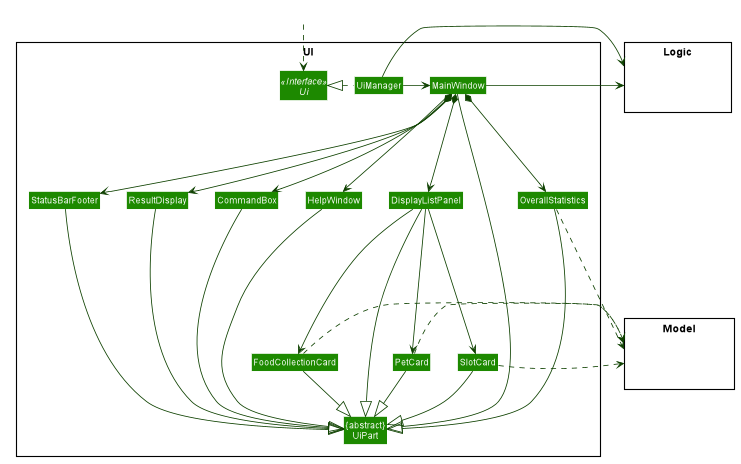
Earlier version of the PlantUML export images/UiClassDiagram.png (AY1920S2-CS2103-W15-4/main). The source it was exported from:
```plantuml
@startuml








skinparam BackgroundColor #FFFFFFF

skinparam Shadowing false

skinparam Class {
    FontColor #FFFFFF
    BorderThickness 1
    BorderColor #FFFFFF
    StereotypeFontColor #FFFFFF
    FontName Arial
}

skinparam Actor {
    BorderColor #000000
    Color #000000
    FontName Arial
}

skinparam Sequence {
    MessageAlign center
    BoxFontSize 15
    BoxPadding 0
    BoxFontColor #FFFFFF
    FontName Arial
}

skinparam Participant {
    FontColor #FFFFFFF
    Padding 20
}

skinparam MinClassWidth 50
skinparam ParticipantPadding 10
skinparam Shadowing false
skinparam DefaultTextAlignment center
skinparam packageStyle Rectangle

hide footbox
hide members
hide circle
skinparam arrowThickness 1.1
skinparam arrowColor #0E4100
skinparam classBackgroundColor #1D8900

package UI <<Rectangle>>{
Interface Ui <<Interface>>
Class "{abstract}\nUiPart" as UiPart
Class UiManager
Class MainWindow
Class HelpWindow
Class ResultDisplay
Class DisplayListPanel
Class PetCard
Class SlotCard
Class FoodCollectionCard
Class OverallStatistics
Class StatusBarFooter
Class CommandBox
}

package Model <<Rectangle>> {
Class HiddenModel #FFFFFF
}

package Logic <<Rectangle>> {
Class HiddenLogic #FFFFFF
}

Class HiddenOutside #FFFFFF
HiddenOutside ..> Ui

UiManager .left.|> Ui
UiManager -right-> MainWindow
MainWindow --> HelpWindow
MainWindow *-down--> CommandBox
MainWindow *-down--> ResultDisplay
MainWindow *-down--> DisplayListPanel
MainWindow *-down--> StatusBarFooter
MainWindow *-down--> OverallStatistics

DisplayListPanel -down---> PetCard
DisplayListPanel -down---> SlotCard
DisplayListPanel -down---> FoodCollectionCard

MainWindow --down--|> UiPart

ResultDisplay -----|> UiPart
CommandBox -----|> UiPart
DisplayListPanel -----|> UiPart
PetCard --|> UiPart
SlotCard --|> UiPart
FoodCollectionCard --|> UiPart
OverallStatistics -----|> UiPart
StatusBarFooter -----|> UiPart
HelpWindow --down--|> UiPart

PetCard .right.> Model
SlotCard .right.> Model
FoodCollectionCard .right.> Model
OverallStatistics .down.> Model
UiManager -right-> Logic
MainWindow -left-> Logic

DisplayListPanel -[hidden]left- HelpWindow
HelpWindow -[hidden]left- CommandBox
CommandBox -[hidden]left- ResultDisplay
ResultDisplay -[hidden]left- StatusBarFooter

MainWindow -[hidden]-|> UiPart
@enduml
```
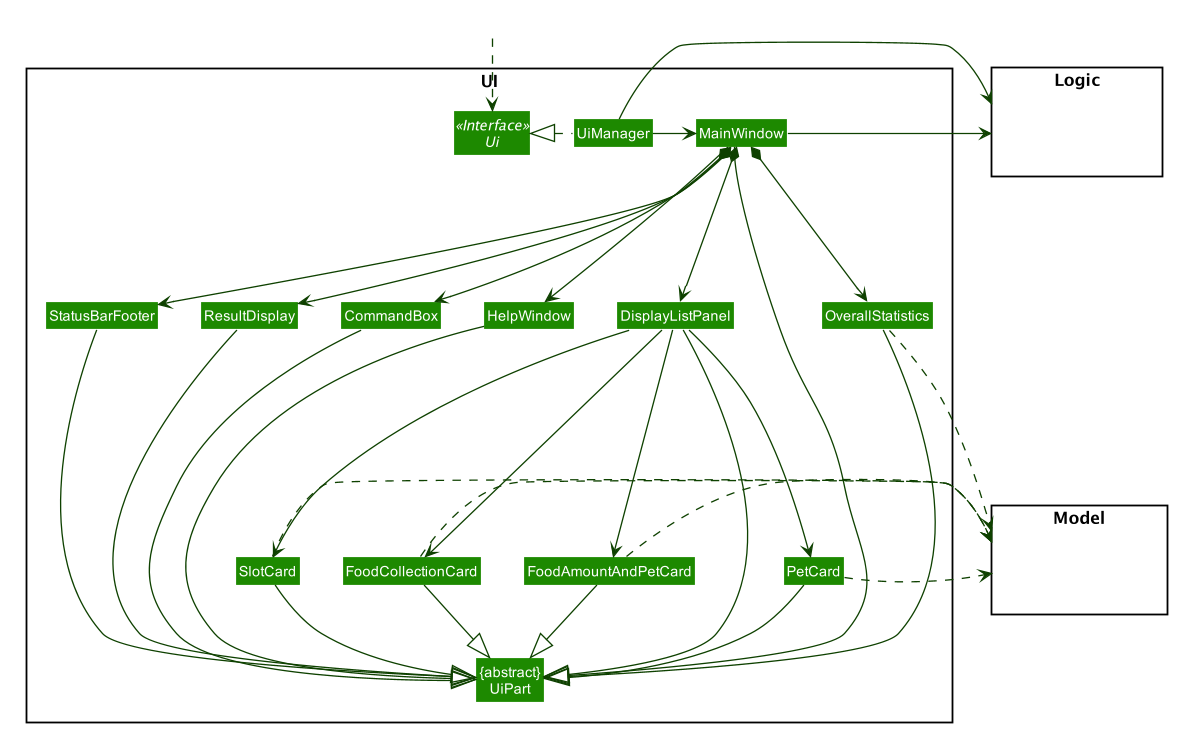
Above is the later version.

Diff of the diagram source:
```diff
@@ -62,6 +62,7 @@
 Class PetCard
 Class SlotCard
 Class FoodCollectionCard
+Class FoodAmountAndPetCard
 Class OverallStatistics
 Class StatusBarFooter
 Class CommandBox
@@ -90,6 +91,7 @@
 DisplayListPanel -down---> PetCard
 DisplayListPanel -down---> SlotCard
 DisplayListPanel -down---> FoodCollectionCard
+DisplayListPanel -down---> FoodAmountAndPetCard
 
 MainWindow --down--|> UiPart
 
@@ -99,6 +101,7 @@
 PetCard --|> UiPart
 SlotCard --|> UiPart
 FoodCollectionCard --|> UiPart
+FoodAmountAndPetCard --|> UiPart
 OverallStatistics -----|> UiPart
 StatusBarFooter -----|> UiPart
 HelpWindow --down--|> UiPart
@@ -106,6 +109,7 @@
 PetCard .right.> Model
 SlotCard .right.> Model
 FoodCollectionCard .right.> Model
+FoodAmountAndPetCard .right.>Model
 OverallStatistics .down.> Model
 UiManager -right-> Logic
 MainWindow -left-> Logic
```
